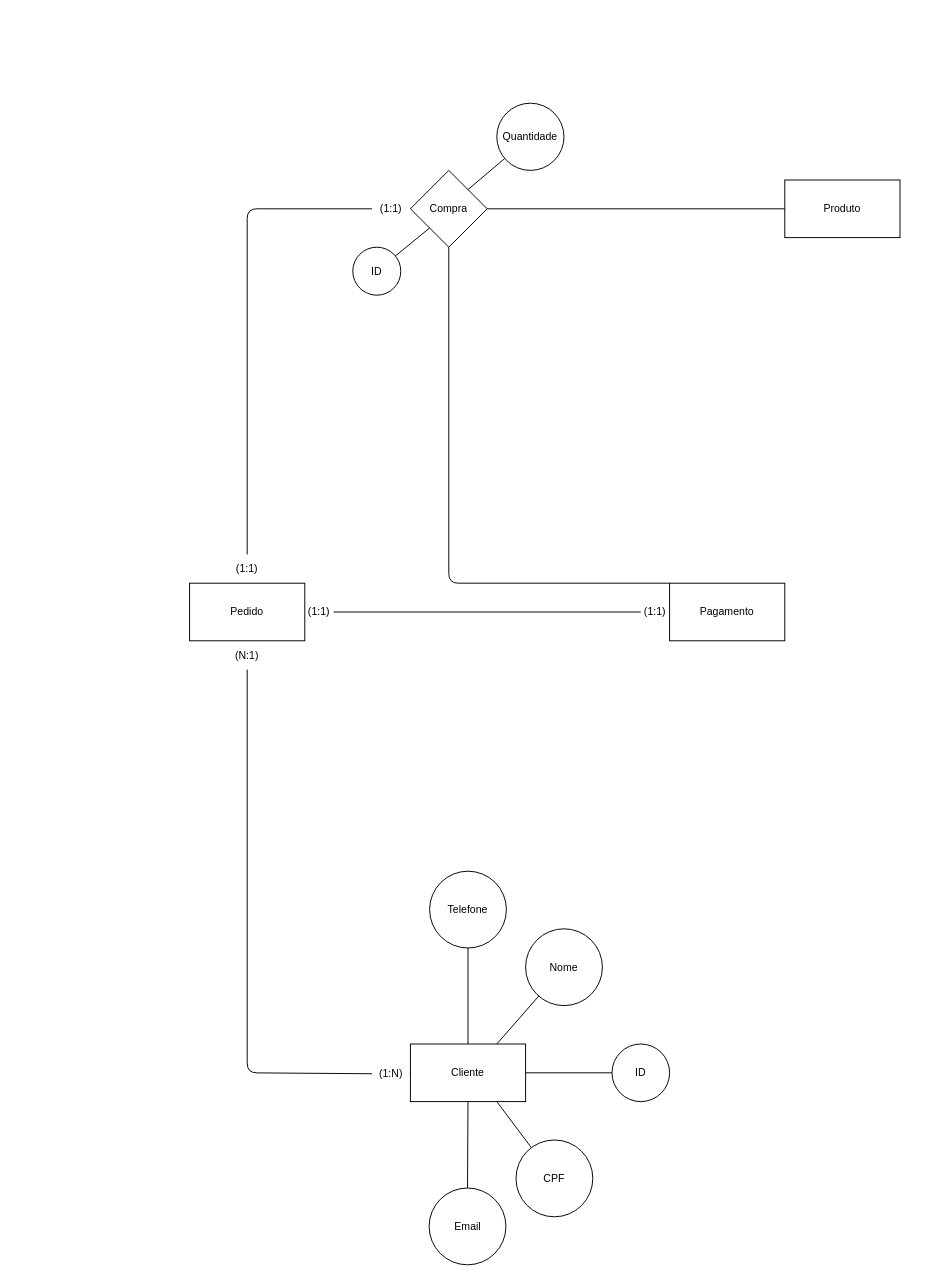
The draw.io diagram page "Sistema de Gerenciamento de E-commerce" (2 of 3) of BD/Exercicios_DER/exercicios_DER_2.drawio in marcel-aita/DEVNOITE, before the edit. Source tidied: cells renumbered, new cells numbered last; positions are measured from the earlier drawing's top-left corner, leaving out a move shared by most shapes. Both pictures are drawn from the tidied source at 96%, with x=0, y=0 at pixel (189, 103).
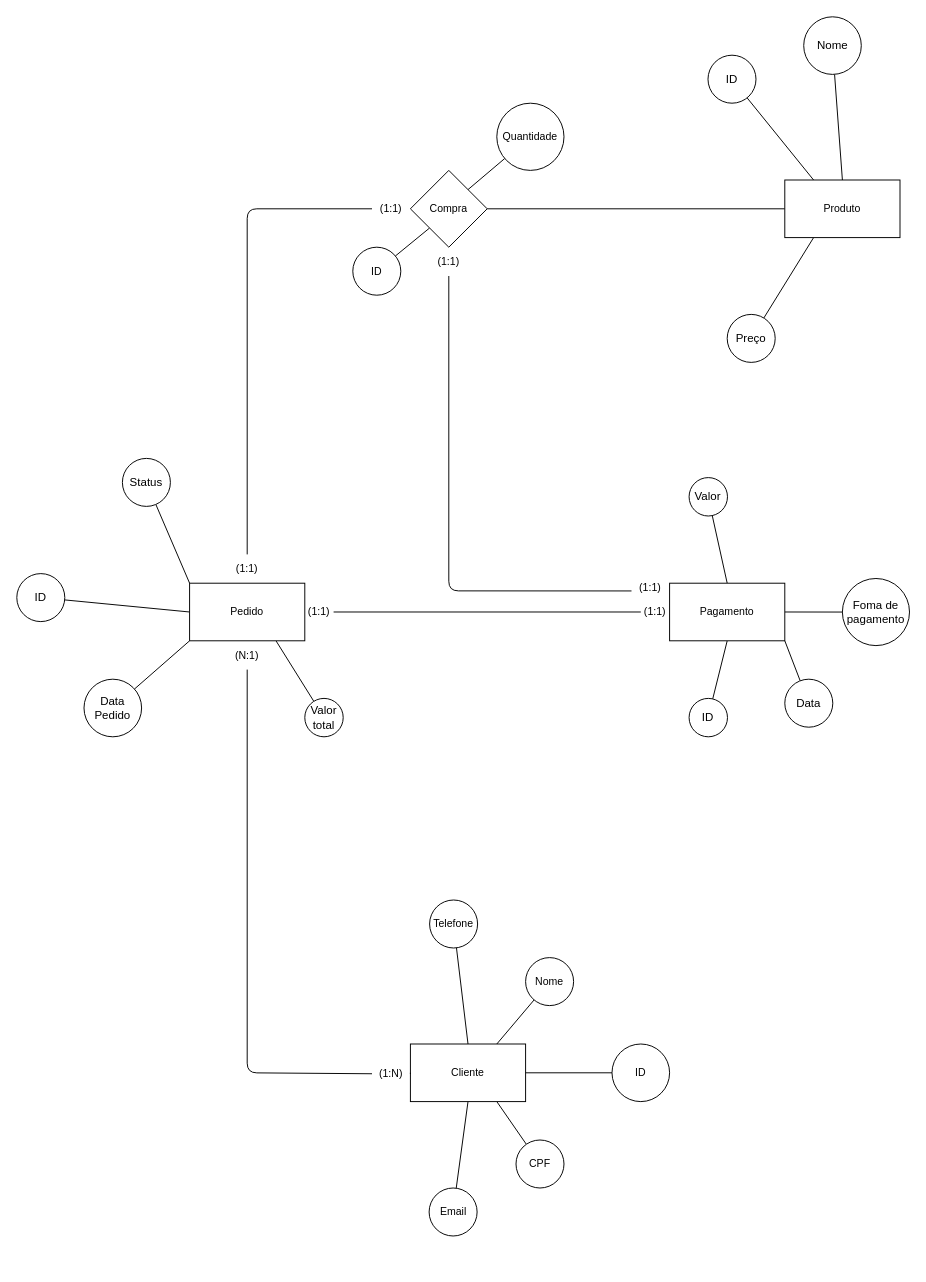
The same diagram, later.

Unchanged cells that the change refers to:
```xml
<mxCell id="3" value="Pedido" style="rounded=0;whiteSpace=wrap;html=1;strokeColor=default;align=center;verticalAlign=middle;fontFamily=Helvetica;fontSize=11;fontColor=default;labelBackgroundColor=default;fillColor=default;" parent="1" vertex="1">
  <mxGeometry y="500" width="120" height="60" as="geometry" />
</mxCell>
<mxCell id="4" value="Pagamento" style="rounded=0;whiteSpace=wrap;html=1;strokeColor=default;align=center;verticalAlign=middle;fontFamily=Helvetica;fontSize=11;fontColor=default;labelBackgroundColor=default;fillColor=default;" parent="1" vertex="1">
  <mxGeometry x="500" y="500" width="120" height="60" as="geometry" />
</mxCell>
<mxCell id="33" value="Compra" style="rhombus;whiteSpace=wrap;html=1;strokeColor=default;align=center;verticalAlign=middle;fontFamily=Helvetica;fontSize=11;fontColor=default;labelBackgroundColor=default;fillColor=default;" parent="1" vertex="1">
  <mxGeometry x="230" y="70" width="80" height="80" as="geometry" />
</mxCell>
<mxCell id="34" value="Produto" style="rounded=0;whiteSpace=wrap;html=1;strokeColor=default;align=center;verticalAlign=middle;fontFamily=Helvetica;fontSize=11;fontColor=default;labelBackgroundColor=default;fillColor=default;" parent="1" vertex="1">
  <mxGeometry x="620" y="80" width="120" height="60" as="geometry" />
</mxCell>
```

Diff of the diagram source:
```diff
@@
+    <mxCell id="38" style="edgeStyle=none;html=1;exitX=0;exitY=0.5;exitDx=0;exitDy=0;endArrow=none;endFill=0;" parent="1" edge="1" source="3" target="53">
+      <mxGeometry relative="1" as="geometry" />
+    </mxCell>
+    <mxCell id="39" style="edgeStyle=none;shape=connector;rounded=1;html=1;exitX=0;exitY=0;exitDx=0;exitDy=0;strokeColor=default;align=center;verticalAlign=middle;fontFamily=Helvetica;fontSize=12;fontColor=default;labelBackgroundColor=default;endArrow=none;endFill=0;" parent="1" edge="1" source="3" target="54">
+      <mxGeometry relative="1" as="geometry" />
+    </mxCell>
+    <mxCell id="40" style="edgeStyle=none;shape=connector;rounded=1;html=1;exitX=0;exitY=1;exitDx=0;exitDy=0;strokeColor=default;align=center;verticalAlign=middle;fontFamily=Helvetica;fontSize=12;fontColor=default;labelBackgroundColor=default;endArrow=none;endFill=0;" parent="1" edge="1" source="3" target="55">
+      <mxGeometry relative="1" as="geometry" />
+    </mxCell>
+    <mxCell id="41" style="edgeStyle=none;shape=connector;rounded=1;html=1;exitX=0.75;exitY=1;exitDx=0;exitDy=0;strokeColor=default;align=center;verticalAlign=middle;fontFamily=Helvetica;fontSize=12;fontColor=default;labelBackgroundColor=default;endArrow=none;endFill=0;" parent="1" edge="1" source="3" target="56">
+      <mxGeometry relative="1" as="geometry" />
+    </mxCell>
@@
+    <mxCell id="42" style="edgeStyle=none;shape=connector;rounded=1;html=1;exitX=0.5;exitY=1;exitDx=0;exitDy=0;strokeColor=default;align=center;verticalAlign=middle;fontFamily=Helvetica;fontSize=12;fontColor=default;labelBackgroundColor=default;endArrow=none;endFill=0;" parent="1" edge="1" source="4" target="60">
+      <mxGeometry relative="1" as="geometry" />
+    </mxCell>
+    <mxCell id="43" style="edgeStyle=none;shape=connector;rounded=1;html=1;exitX=1;exitY=0.5;exitDx=0;exitDy=0;strokeColor=default;align=center;verticalAlign=middle;fontFamily=Helvetica;fontSize=12;fontColor=default;labelBackgroundColor=default;endArrow=none;endFill=0;" parent="1" edge="1" source="4" target="61">
+      <mxGeometry relative="1" as="geometry" />
+    </mxCell>
+    <mxCell id="44" style="edgeStyle=none;shape=connector;rounded=1;html=1;exitX=0.5;exitY=0;exitDx=0;exitDy=0;strokeColor=default;align=center;verticalAlign=middle;fontFamily=Helvetica;fontSize=12;fontColor=default;labelBackgroundColor=default;endArrow=none;endFill=0;" parent="1" edge="1" source="4" target="62">
+      <mxGeometry relative="1" as="geometry" />
+    </mxCell>
+    <mxCell id="45" style="edgeStyle=none;shape=connector;rounded=1;html=1;exitX=1;exitY=1;exitDx=0;exitDy=0;strokeColor=default;align=center;verticalAlign=middle;fontFamily=Helvetica;fontSize=12;fontColor=default;labelBackgroundColor=default;endArrow=none;endFill=0;" parent="1" edge="1" source="4" target="63">
+      <mxGeometry relative="1" as="geometry" />
+    </mxCell>
@@
     <mxCell id="26" value="Nome" style="ellipse;whiteSpace=wrap;html=1;strokeColor=default;align=center;verticalAlign=middle;fontFamily=Helvetica;fontSize=11;fontColor=default;labelBackgroundColor=default;fillColor=default;" parent="1" vertex="1">
-      <mxGeometry x="350" y="860" width="80" height="80" as="geometry" />
+      <mxGeometry x="350" y="890" width="50" height="50" as="geometry" />
     </mxCell>
     <mxCell id="27" value="CPF" style="ellipse;whiteSpace=wrap;html=1;strokeColor=default;align=center;verticalAlign=middle;fontFamily=Helvetica;fontSize=11;fontColor=default;labelBackgroundColor=default;fillColor=default;" parent="1" vertex="1">
-      <mxGeometry x="340" y="1080" width="80" height="80" as="geometry" />
+      <mxGeometry x="340" y="1080" width="50" height="50" as="geometry" />
     </mxCell>
     <mxCell id="28" value="Telefone" style="ellipse;whiteSpace=wrap;html=1;strokeColor=default;align=center;verticalAlign=middle;fontFamily=Helvetica;fontSize=11;fontColor=default;labelBackgroundColor=default;fillColor=default;" parent="1" vertex="1">
-      <mxGeometry x="250" y="800" width="80" height="80" as="geometry" />
+      <mxGeometry x="250" y="830" width="50" height="50" as="geometry" />
     </mxCell>
     <mxCell id="29" value="Email" style="ellipse;whiteSpace=wrap;html=1;strokeColor=default;align=center;verticalAlign=middle;fontFamily=Helvetica;fontSize=11;fontColor=default;labelBackgroundColor=default;fillColor=default;" parent="1" vertex="1">
-      <mxGeometry x="249.5" y="1130" width="80" height="80" as="geometry" />
+      <mxGeometry x="249.5" y="1130" width="50" height="50" as="geometry" />
     </mxCell>
@@
+    <mxCell id="46" style="edgeStyle=none;shape=connector;rounded=1;html=1;exitX=0.5;exitY=0;exitDx=0;exitDy=0;strokeColor=default;align=center;verticalAlign=middle;fontFamily=Helvetica;fontSize=12;fontColor=default;labelBackgroundColor=default;endArrow=none;endFill=0;" parent="1" edge="1" source="34" target="57">
+      <mxGeometry relative="1" as="geometry" />
+    </mxCell>
+    <mxCell id="47" style="edgeStyle=none;shape=connector;rounded=1;html=1;exitX=0.25;exitY=0;exitDx=0;exitDy=0;strokeColor=default;align=center;verticalAlign=middle;fontFamily=Helvetica;fontSize=12;fontColor=default;labelBackgroundColor=default;endArrow=none;endFill=0;" parent="1" edge="1" source="34" target="58">
+      <mxGeometry relative="1" as="geometry" />
+    </mxCell>
+    <mxCell id="48" style="edgeStyle=none;shape=connector;rounded=1;html=1;exitX=0.25;exitY=1;exitDx=0;exitDy=0;strokeColor=default;align=center;verticalAlign=middle;fontFamily=Helvetica;fontSize=12;fontColor=default;labelBackgroundColor=default;endArrow=none;endFill=0;" parent="1" edge="1" source="34" target="59">
+      <mxGeometry relative="1" as="geometry" />
+    </mxCell>
@@
-    <mxCell id="37" style="edgeStyle=none;shape=connector;rounded=1;html=1;exitX=0.5;exitY=1;exitDx=0;exitDy=0;entryX=0;entryY=0;entryDx=0;entryDy=0;strokeColor=default;align=center;verticalAlign=middle;fontFamily=Helvetica;fontSize=11;fontColor=default;labelBackgroundColor=default;endArrow=none;endFill=0;" parent="1" edge="1" source="33" target="4">
-      <mxGeometry relative="1" as="geometry">
-        <Array as="points">
-          <mxPoint x="270" y="500" />
-        </Array>
-      </mxGeometry>
-    </mxCell>
+    <mxCell id="49" style="edgeStyle=none;shape=connector;rounded=1;html=1;exitX=0.5;exitY=1;exitDx=0;exitDy=0;entryX=0.5;entryY=0;entryDx=0;entryDy=0;strokeColor=default;align=center;verticalAlign=middle;fontFamily=Helvetica;fontSize=11;fontColor=default;labelBackgroundColor=default;endArrow=none;endFill=0;" parent="1" edge="1" source="33" target="50">
+      <mxGeometry relative="1" as="geometry" />
+    </mxCell>
+    <mxCell id="50" value="&lt;font style=&quot;font-size: 11px;&quot;&gt;(1:1)&lt;/font&gt;" style="text;html=1;align=center;verticalAlign=middle;whiteSpace=wrap;rounded=0;" parent="1" vertex="1">
+      <mxGeometry x="240" y="150" width="60" height="30" as="geometry" />
+    </mxCell>
+    <mxCell id="51" style="edgeStyle=none;shape=connector;rounded=1;html=1;exitX=0.5;exitY=1;exitDx=0;exitDy=0;entryX=0.008;entryY=0.602;entryDx=0;entryDy=0;strokeColor=default;align=center;verticalAlign=middle;fontFamily=Helvetica;fontSize=11;fontColor=default;labelBackgroundColor=default;endArrow=none;endFill=0;entryPerimeter=0;" parent="1" edge="1" source="50" target="52">
+      <mxGeometry relative="1" as="geometry">
+        <Array as="points">
+          <mxPoint x="270" y="508" />
+        </Array>
+      </mxGeometry>
+    </mxCell>
+    <mxCell id="52" value="&lt;font style=&quot;font-size: 11px;&quot;&gt;(1:1)&lt;/font&gt;" style="text;html=1;align=center;verticalAlign=middle;whiteSpace=wrap;rounded=0;" parent="1" vertex="1">
+      <mxGeometry x="460" y="490" width="40" height="30" as="geometry" />
+    </mxCell>
+    <mxCell id="53" value="ID" style="ellipse;whiteSpace=wrap;html=1;" parent="1" vertex="1">
+      <mxGeometry x="-180" y="490" width="50" height="50" as="geometry" />
+    </mxCell>
+    <mxCell id="54" value="Status" style="ellipse;whiteSpace=wrap;html=1;strokeColor=default;align=center;verticalAlign=middle;fontFamily=Helvetica;fontSize=12;fontColor=default;fillColor=default;" parent="1" vertex="1">
+      <mxGeometry x="-70" y="370" width="50" height="50" as="geometry" />
+    </mxCell>
+    <mxCell id="55" value="Data Pedido" style="ellipse;whiteSpace=wrap;html=1;strokeColor=default;align=center;verticalAlign=middle;fontFamily=Helvetica;fontSize=12;fontColor=default;fillColor=default;" parent="1" vertex="1">
+      <mxGeometry x="-110" y="600" width="60" height="60" as="geometry" />
+    </mxCell>
+    <mxCell id="56" value="Valor total" style="ellipse;whiteSpace=wrap;html=1;strokeColor=default;align=center;verticalAlign=middle;fontFamily=Helvetica;fontSize=12;fontColor=default;fillColor=default;" parent="1" vertex="1">
+      <mxGeometry x="120" y="620" width="40" height="40" as="geometry" />
+    </mxCell>
+    <mxCell id="57" value="Nome" style="ellipse;whiteSpace=wrap;html=1;strokeColor=default;align=center;verticalAlign=middle;fontFamily=Helvetica;fontSize=12;fontColor=default;fillColor=default;" parent="1" vertex="1">
+      <mxGeometry x="639.7" y="-90" width="60" height="60" as="geometry" />
+    </mxCell>
+    <mxCell id="58" value="ID" style="ellipse;whiteSpace=wrap;html=1;strokeColor=default;align=center;verticalAlign=middle;fontFamily=Helvetica;fontSize=12;fontColor=default;fillColor=default;" parent="1" vertex="1">
+      <mxGeometry x="540" y="-50" width="50" height="50" as="geometry" />
+    </mxCell>
+    <mxCell id="59" value="Preço" style="ellipse;whiteSpace=wrap;html=1;strokeColor=default;align=center;verticalAlign=middle;fontFamily=Helvetica;fontSize=12;fontColor=default;fillColor=default;" parent="1" vertex="1">
+      <mxGeometry x="560" y="220" width="50" height="50" as="geometry" />
+    </mxCell>
+    <mxCell id="60" value="ID" style="ellipse;whiteSpace=wrap;html=1;strokeColor=default;align=center;verticalAlign=middle;fontFamily=Helvetica;fontSize=12;fontColor=default;fillColor=default;" parent="1" vertex="1">
+      <mxGeometry x="520.3" y="620" width="40" height="40" as="geometry" />
+    </mxCell>
+    <mxCell id="61" value="Foma de pagamento" style="ellipse;whiteSpace=wrap;html=1;strokeColor=default;align=center;verticalAlign=middle;fontFamily=Helvetica;fontSize=12;fontColor=default;fillColor=default;" parent="1" vertex="1">
+      <mxGeometry x="680" y="495.1" width="69.9" height="69.9" as="geometry" />
+    </mxCell>
+    <mxCell id="62" value="Valor" style="ellipse;whiteSpace=wrap;html=1;strokeColor=default;align=center;verticalAlign=middle;fontFamily=Helvetica;fontSize=12;fontColor=default;fillColor=default;" parent="1" vertex="1">
+      <mxGeometry x="520.3" y="390" width="40" height="40" as="geometry" />
+    </mxCell>
+    <mxCell id="63" value="Data" style="ellipse;whiteSpace=wrap;html=1;strokeColor=default;align=center;verticalAlign=middle;fontFamily=Helvetica;fontSize=12;fontColor=default;fillColor=default;" parent="1" vertex="1">
+      <mxGeometry x="620" y="600" width="50" height="50" as="geometry" />
+    </mxCell>
```
